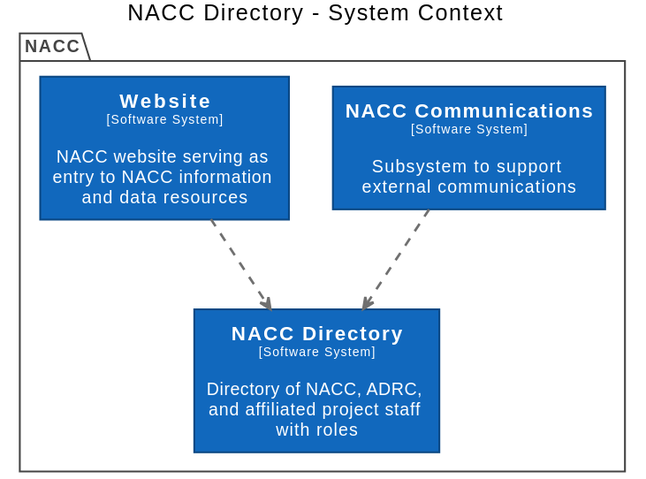
Earlier version of the PlantUML export docs/images/structurizr-DirectoryContext.svg (naccdata/system-design).
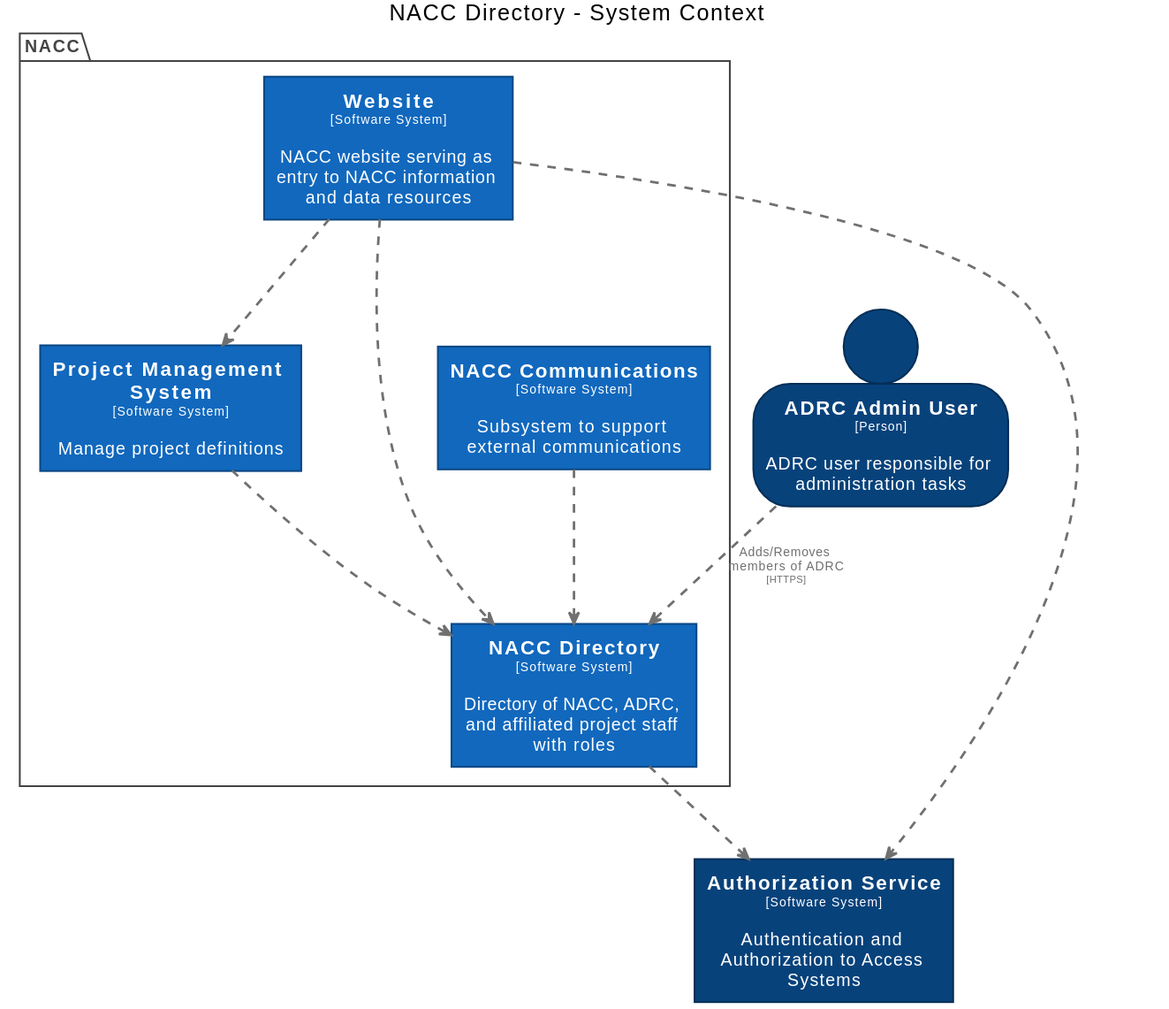
After the commit.

The edit, as a diff of the source:
```diff
@@ -13,12 +13,27 @@
 
 hide stereotype
 
+skinparam person<<ADRCAdminUser>> {
+  BackgroundColor #08427b
+  FontColor #ffffff
+  BorderColor #052e56
+}
+skinparam rectangle<<AuthorizationService>> {
+  BackgroundColor #08427b
+  FontColor #ffffff
+  BorderColor #052e56
+}
 skinparam rectangle<<NACCCommunications>> {
   BackgroundColor #1168bd
   FontColor #ffffff
   BorderColor #0b4884
 }
 skinparam rectangle<<NACCDirectory>> {
+  BackgroundColor #1168bd
+  FontColor #ffffff
+  BorderColor #0b4884
+}
+skinparam rectangle<<ProjectManagementSystem>> {
   BackgroundColor #1168bd
   FontColor #ffffff
   BorderColor #0b4884
@@ -33,12 +48,20 @@
   skinparam PackageBorderColor<<enterprise>> #444444
   skinparam PackageFontColor<<enterprise>> #444444
 
+  rectangle "==Project Management System\n<size:10>[Software System]</size>\n\nManage project definitions" <<ProjectManagementSystem>> as ProjectManagementSystem
   rectangle "==NACC Directory\n<size:10>[Software System]</size>\n\nDirectory of NACC, ADRC, and affiliated project staff with roles" <<NACCDirectory>> as NACCDirectory
   rectangle "==NACC Communications\n<size:10>[Software System]</size>\n\nSubsystem to support external communications" <<NACCCommunications>> as NACCCommunications
   rectangle "==Website\n<size:10>[Software System]</size>\n\nNACC website serving as entry to NACC information and data resources" <<Website>> as Website
 }
 
+rectangle "==Authorization Service\n<size:10>[Software System]</size>\n\nAuthentication and Authorization to Access Systems" <<AuthorizationService>> as AuthorizationService
+person "==ADRC Admin User\n<size:10>[Person]</size>\n\nADRC user responsible for administration tasks" <<ADRCAdminUser>> as ADRCAdminUser
 
+Website .[#707070,thickness=2].> ProjectManagementSystem : "<color:#707070>"
+Website .[#707070,thickness=2].> NACCDirectory : "<color:#707070>"
+ADRCAdminUser .[#707070,thickness=2].> NACCDirectory : "<color:#707070>Adds/Removes members of ADRC\n<color:#707070><size:8>[HTTPS]</size>"
+ProjectManagementSystem .[#707070,thickness=2].> NACCDirectory : "<color:#707070>"
+NACCDirectory .[#707070,thickness=2].> AuthorizationService : "<color:#707070>"
 NACCCommunications .[#707070,thickness=2].> NACCDirectory : "<color:#707070>"
-Website .[#707070,thickness=2].> NACCDirectory : "<color:#707070>"
+Website .[#707070,thickness=2].> AuthorizationService : "<color:#707070>"
 @enduml
```
